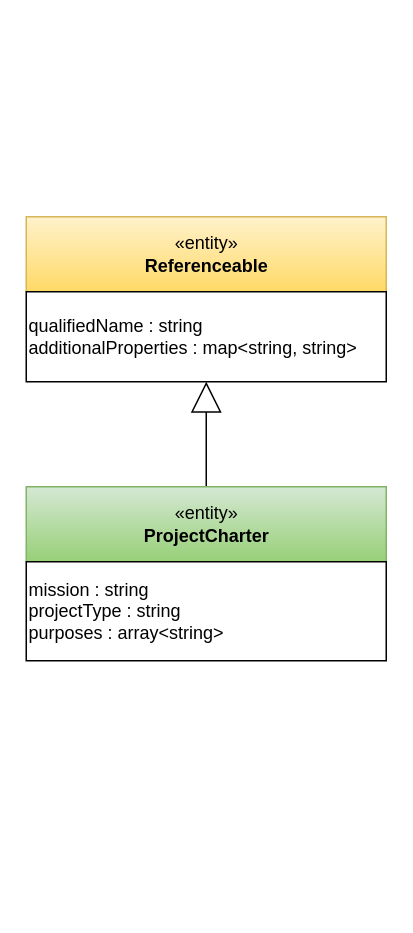
Before: page "project-type" (1 of 2) of site/docs/guides/planning/valid-values/valid-metadata-values.drawio in odpi/egeria-docs, a draw.io diagram. Source tidied: cells renumbered, new cells numbered last; positions are measured from the earlier drawing's top-left corner, leaving out a move shared by most shapes. Both pictures are drawn from the tidied source at 150%, with x=0, y=0 at pixel (26, 216).
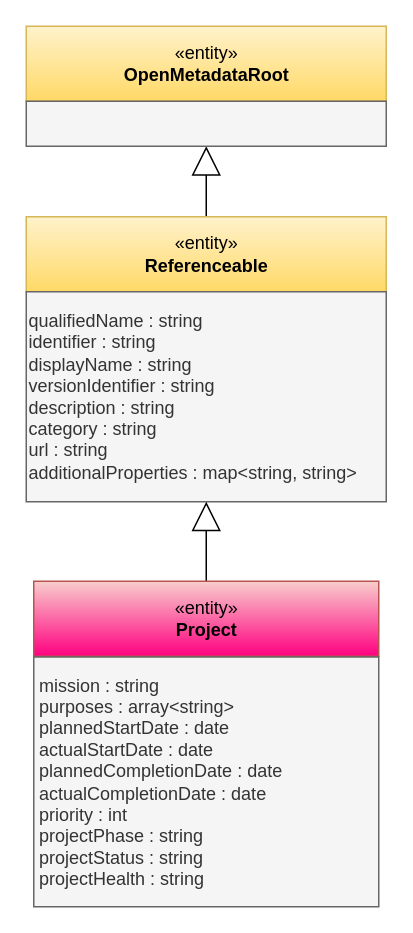
After the change.

The edit, as a diff of the source:
```diff
@@
 <mxGraphModel>
   <root>
     <mxCell id="0" />
     <mxCell id="1" parent="0" />
-    <mxCell id="2" style="edgeStyle=orthogonalEdgeStyle;rounded=0;jettySize=auto;html=1;exitX=0.5;exitY=0;exitDx=0;exitDy=0;endArrow=block;endFill=0;endSize=18;entryX=0.5;entryY=1;entryDx=0;entryDy=0;" parent="1" edge="1" source="3" target="6">
-      <mxGeometry relative="1" as="geometry" />
-    </mxCell>
-    <mxCell id="3" value="«entity»&lt;br&gt;&lt;b&gt;ProjectCharter&lt;/b&gt;" style="html=1;strokeColor=#82b366;align=center;fillColor=#d5e8d4;gradientColor=#97d077;" parent="1" vertex="1">
-      <mxGeometry y="180" width="240" height="50" as="geometry" />
-    </mxCell>
+    <mxCell id="7" style="edgeStyle=orthogonalEdgeStyle;rounded=0;jettySize=auto;html=1;exitX=0.5;exitY=0;exitDx=0;exitDy=0;entryX=0.5;entryY=1;entryDx=0;entryDy=0;endArrow=block;endFill=0;endSize=17;" parent="1" edge="1" source="4" target="11">
+      <mxGeometry relative="1" as="geometry" />
+    </mxCell>
     <mxCell id="4" value="«entity»&lt;br&gt;&lt;b&gt;Referenceable&lt;/b&gt;" style="html=1;strokeColor=#d6b656;align=center;fillColor=#fff2cc;gradientColor=#ffd966;" parent="1" vertex="1">
       <mxGeometry width="240" height="50" as="geometry" />
     </mxCell>
-    <mxCell id="5" value="mission : string&lt;br&gt;projectType : string&lt;br&gt;purposes : array&amp;lt;string&amp;gt;" style="rounded=0;whiteSpace=wrap;html=1;strokeColor=#000000;gradientColor=#ffffff;align=left;" parent="1" vertex="1">
-      <mxGeometry y="230" width="240" height="66" as="geometry" />
-    </mxCell>
-    <mxCell id="6" value="qualifiedName : string&lt;br&gt;additionalProperties : map&amp;lt;string, string&amp;gt;" style="rounded=0;whiteSpace=wrap;html=1;strokeColor=#000000;gradientColor=#ffffff;align=left;" parent="1" vertex="1">
-      <mxGeometry y="50" width="240" height="60" as="geometry" />
-    </mxCell>
+    <mxCell id="8" value="qualifiedName : string&lt;div&gt;identifier : string&lt;br&gt;&lt;div&gt;displayName : string&lt;div&gt;versionIdentifier : string&lt;br&gt;description : string&lt;/div&gt;&lt;div&gt;category : string&lt;/div&gt;&lt;div&gt;url : string&lt;br&gt;&lt;/div&gt;additionalProperties : map&amp;lt;string, string&amp;gt;&lt;br&gt;&lt;div style=&quot;text-align: left&quot;&gt;&lt;/div&gt;&lt;/div&gt;&lt;/div&gt;" style="rounded=0;whiteSpace=wrap;html=1;strokeColor=#666666;align=left;fillColor=#f5f5f5;fontColor=#333333;" parent="1" vertex="1">
+      <mxGeometry y="50" width="240" height="140" as="geometry" />
+    </mxCell>
+    <mxCell id="9" style="edgeStyle=orthogonalEdgeStyle;rounded=0;jettySize=auto;html=1;endArrow=block;endFill=0;endSize=17;exitX=0.5;exitY=0;exitDx=0;exitDy=0;" parent="1" edge="1" source="12" target="8">
+      <mxGeometry relative="1" as="geometry" />
+    </mxCell>
+    <mxCell id="10" value="«entity»&lt;br&gt;&lt;b&gt;OpenMetadataRoot&lt;/b&gt;" style="html=1;strokeColor=#d6b656;align=center;fillColor=#fff2cc;gradientColor=#ffd966;" parent="1" vertex="1">
+      <mxGeometry y="-127" width="240" height="50" as="geometry" />
+    </mxCell>
+    <mxCell id="11" value="&lt;br&gt;&lt;div style=&quot;text-align: left&quot;&gt;&lt;/div&gt;" style="rounded=0;whiteSpace=wrap;html=1;strokeColor=#666666;align=left;fillColor=#f5f5f5;fontColor=#333333;" parent="1" vertex="1">
+      <mxGeometry y="-77" width="240" height="30" as="geometry" />
+    </mxCell>
+    <mxCell id="12" value="«entity»&lt;br&gt;&lt;b&gt;Project&lt;/b&gt;" style="html=1;strokeColor=#b85450;align=center;fillColor=#f8cecc;gradientColor=#FF0080;" parent="1" vertex="1">
+      <mxGeometry x="5" y="243" width="230" height="50" as="geometry" />
+    </mxCell>
+    <mxCell id="13" value="&lt;div&gt;mission : string&lt;/div&gt;&lt;div&gt;purposes : array&amp;lt;string&amp;gt;&lt;/div&gt;&lt;div&gt;plannedStartDate : date&lt;/div&gt;&lt;div&gt;actualStartDate : date&lt;/div&gt;&lt;div&gt;plannedCompletionDate : date&lt;br&gt;actualCompletionDate : date&lt;br&gt;&lt;div&gt;priority : int&lt;br&gt;&lt;div&gt;projectPhase : string&lt;br&gt;projectStatus : string&lt;div&gt;projectHealth : string&lt;/div&gt;&lt;/div&gt;&lt;/div&gt;&lt;/div&gt;" style="rounded=0;whiteSpace=wrap;html=1;align=left;spacingLeft=2;fillColor=#f5f5f5;fontColor=#333333;strokeColor=#666666;" parent="1" vertex="1">
+      <mxGeometry x="5" y="293.5" width="230" height="166.5" as="geometry" />
+    </mxCell>
   </root>
 </mxGraphModel>
```
